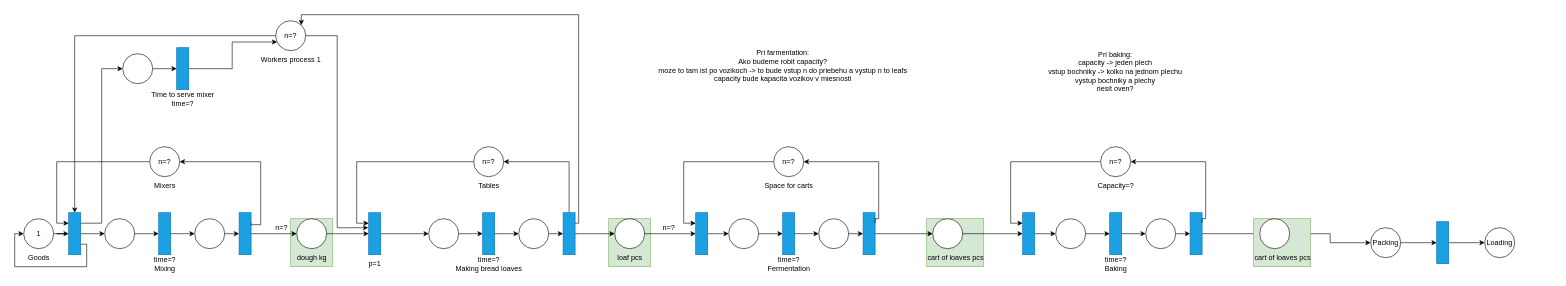
Above: model/pastry_production_model.drawio in zdeneklapes/ims-project (draw.io), before the change. Source tidied: cells renumbered, new cells numbered last; positions are measured from the earlier drawing's top-left corner, leaving out a move shared by most shapes. Both pictures are drawn from the tidied source at 60%, with x=0, y=0 at pixel (14, 14).
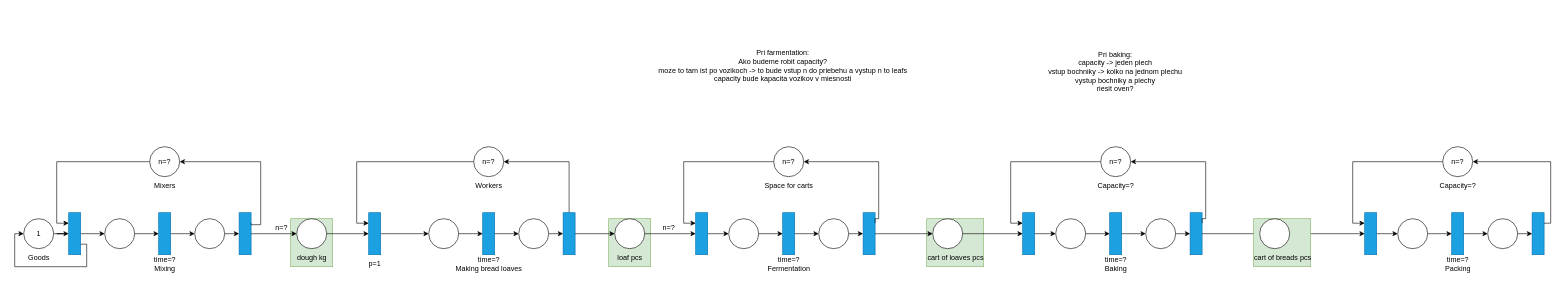
The same page after the edit.

The change refers to these unchanged cells:
```xml
<mxCell id="11" style="rounded=0;whiteSpace=wrap;html=1;fillColor=#1ba1e2;fontColor=#ffffff;strokeColor=#006EAF;" parent="10" vertex="1">
  <mxGeometry x="90" width="20" height="70" as="geometry" />
</mxCell>
<mxCell id="43" style="rounded=0;whiteSpace=wrap;html=1;fillColor=#1ba1e2;fontColor=#ffffff;strokeColor=#006EAF;" parent="41" vertex="1">
  <mxGeometry x="224" y="110" width="20" height="70" as="geometry" />
</mxCell>
<mxCell id="45" style="group;" parent="44" vertex="1">
  <mxGeometry x="70" width="70" height="80" as="geometry" />
</mxCell>
<mxCell id="83" style="group;" parent="66" vertex="1">
  <mxGeometry x="317.5" y="120" width="120" height="80" as="geometry" />
</mxCell>
<mxCell id="85" style="ellipse;whiteSpace=wrap;html=1;" parent="84" vertex="1">
  <mxGeometry x="10" width="50" height="50" as="geometry" />
</mxCell>
<mxCell id="126" style="rounded=0;whiteSpace=wrap;html=1;fillColor=#1ba1e2;fontColor=#ffffff;strokeColor=#006EAF;" parent="125" vertex="1">
  <mxGeometry x="10" width="20" height="70" as="geometry" />
</mxCell>
```

Diff of the diagram source:
```diff
@@
-    <mxCell id="2" style="edgeStyle=orthogonalEdgeStyle;rounded=0;jettySize=auto;html=1;exitX=1;exitY=0.5;exitDx=0;exitDy=0;" parent="1" edge="1" source="85" target="4">
+    <mxCell id="2" style="edgeStyle=orthogonalEdgeStyle;rounded=0;jettySize=auto;html=1;exitX=1;exitY=0.5;exitDx=0;exitDy=0;entryX=0;entryY=0.5;entryDx=0;entryDy=0;" parent="1" edge="1" source="85" target="131">
       <mxGeometry relative="1" as="geometry" />
     </mxCell>
-    <mxCell id="3" style="edgeStyle=orthogonalEdgeStyle;rounded=0;jettySize=auto;html=1;" parent="1" edge="1" source="4" target="6">
-      <mxGeometry relative="1" as="geometry" />
-    </mxCell>
-    <mxCell id="4" value="Packing" style="ellipse;whiteSpace=wrap;html=1;" parent="1" vertex="1">
-      <mxGeometry x="2260" y="355" width="50" height="50" as="geometry" />
-    </mxCell>
-    <mxCell id="5" style="edgeStyle=orthogonalEdgeStyle;rounded=0;jettySize=auto;html=1;" parent="1" edge="1" source="6" target="7">
-      <mxGeometry relative="1" as="geometry" />
-    </mxCell>
-    <mxCell id="6" style="rounded=0;whiteSpace=wrap;html=1;fillColor=#1ba1e2;fontColor=#ffffff;strokeColor=#006EAF;" parent="1" vertex="1">
-      <mxGeometry x="2370" y="345" width="20" height="70" as="geometry" />
-    </mxCell>
-    <mxCell id="7" value="Loading" style="ellipse;whiteSpace=wrap;html=1;" parent="1" vertex="1">
-      <mxGeometry x="2450" y="355" width="50" height="50" as="geometry" />
-    </mxCell>
@@
-    <mxCell id="47" value="Tables" style="text;html=1;align=center;verticalAlign=middle;strokeColor=none;fillColor=none;" parent="45" vertex="1">
-      <mxGeometry y="50" width="60" height="30" as="geometry" />
+    <mxCell id="47" value="Workers" style="text;html=1;align=center;verticalAlign=middle;strokeColor=none;fillColor=none;" parent="45" vertex="1">
+      <mxGeometry x="-5" y="50" width="70" height="30" as="geometry" />
     </mxCell>
@@
-    <mxCell id="86" value="cart of loaves pcs" style="text;html=1;align=center;verticalAlign=middle;strokeColor=none;fillColor=none;" parent="83" vertex="1">
+    <mxCell id="86" value="cart of breads pcs" style="text;html=1;align=center;verticalAlign=middle;strokeColor=none;fillColor=none;" parent="83" vertex="1">
       <mxGeometry y="50" width="120" height="30" as="geometry" />
     </mxCell>
@@
-    <mxCell id="113" style="group;" parent="1" vertex="1">
-      <mxGeometry x="400" y="10" width="120" height="80" as="geometry" />
-    </mxCell>
-    <mxCell id="114" value="n=?" style="ellipse;whiteSpace=wrap;html=1;" parent="113" vertex="1">
-      <mxGeometry x="35" width="50" height="50" as="geometry" />
-    </mxCell>
-    <mxCell id="115" value="Workers process 1" style="text;html=1;align=center;verticalAlign=middle;strokeColor=none;fillColor=none;" parent="113" vertex="1">
-      <mxGeometry y="50" width="120" height="30" as="geometry" />
-    </mxCell>
-    <mxCell id="116" style="edgeStyle=orthogonalEdgeStyle;rounded=0;jettySize=auto;html=1;exitX=0;exitY=0.5;exitDx=0;exitDy=0;" parent="1" edge="1" source="114" target="11">
-      <mxGeometry relative="1" as="geometry" />
-    </mxCell>
-    <mxCell id="117" style="edgeStyle=orthogonalEdgeStyle;rounded=0;jettySize=auto;html=1;exitX=1;exitY=0.25;exitDx=0;exitDy=0;entryX=0;entryY=0.5;entryDx=0;entryDy=0;" parent="1" edge="1" source="11" target="119">
-      <mxGeometry relative="1" as="geometry" />
-    </mxCell>
-    <mxCell id="118" style="edgeStyle=orthogonalEdgeStyle;rounded=0;jettySize=auto;html=1;exitX=1;exitY=0.5;exitDx=0;exitDy=0;" parent="1" edge="1" source="119" target="121">
-      <mxGeometry relative="1" as="geometry" />
-    </mxCell>
-    <mxCell id="119" style="ellipse;whiteSpace=wrap;html=1;" parent="1" vertex="1">
-      <mxGeometry x="180" y="65" width="50" height="50" as="geometry" />
-    </mxCell>
-    <mxCell id="120" style="group;" parent="1" vertex="1">
-      <mxGeometry x="255" y="55" width="90" height="105" as="geometry" />
-    </mxCell>
-    <mxCell id="121" style="rounded=0;whiteSpace=wrap;html=1;fillColor=#1ba1e2;fontColor=#ffffff;strokeColor=#006EAF;" parent="120" vertex="1">
-      <mxGeometry x="15" width="20" height="70" as="geometry" />
-    </mxCell>
-    <mxCell id="122" value="Time to serve mixer&lt;br&gt;time=?" style="text;html=1;align=center;verticalAlign=middle;strokeColor=none;fillColor=none;" parent="120" vertex="1">
-      <mxGeometry x="-40" y="65" width="130" height="40" as="geometry" />
-    </mxCell>
-    <mxCell id="123" style="edgeStyle=orthogonalEdgeStyle;rounded=0;jettySize=auto;html=1;exitX=1;exitY=0.5;exitDx=0;exitDy=0;entryX=0.05;entryY=0.71;entryDx=0;entryDy=0;entryPerimeter=0;" parent="1" edge="1" source="121" target="114">
-      <mxGeometry relative="1" as="geometry" />
-    </mxCell>
-    <mxCell id="124" style="edgeStyle=orthogonalEdgeStyle;rounded=0;jettySize=auto;html=1;exitX=1;exitY=0.5;exitDx=0;exitDy=0;entryX=-0.037;entryY=0.358;entryDx=0;entryDy=0;entryPerimeter=0;" parent="1" edge="1" source="114" target="126">
-      <mxGeometry relative="1" as="geometry" />
-    </mxCell>
@@
-    <mxCell id="128" style="edgeStyle=orthogonalEdgeStyle;rounded=0;jettySize=auto;html=1;exitX=1;exitY=0.25;exitDx=0;exitDy=0;entryX=1;entryY=0;entryDx=0;entryDy=0;" parent="1" edge="1" source="43" target="114">
-      <mxGeometry relative="1" as="geometry">
-        <Array as="points">
-          <mxPoint x="940" y="347" />
-          <mxPoint x="940" />
-          <mxPoint x="478" />
-        </Array>
-      </mxGeometry>
-    </mxCell>
@@
+    <mxCell id="130" style="edgeStyle=orthogonalEdgeStyle;rounded=0;jettySize=auto;html=1;exitX=1;exitY=0.5;exitDx=0;exitDy=0;entryX=0;entryY=0.5;entryDx=0;entryDy=0;" parent="1" edge="1" source="131" target="138">
+      <mxGeometry relative="1" as="geometry" />
+    </mxCell>
+    <mxCell id="131" style="rounded=0;whiteSpace=wrap;html=1;fillColor=#1ba1e2;fontColor=#ffffff;strokeColor=#006EAF;" parent="1" vertex="1">
+      <mxGeometry x="2250" y="330" width="20" height="70" as="geometry" />
+    </mxCell>
+    <mxCell id="132" style="edgeStyle=orthogonalEdgeStyle;rounded=0;jettySize=auto;html=1;entryX=0;entryY=0.25;entryDx=0;entryDy=0;" parent="1" edge="1" source="114" target="131">
+      <mxGeometry relative="1" as="geometry" />
+    </mxCell>
+    <mxCell id="133" style="group;" parent="1" vertex="1">
+      <mxGeometry x="2305" y="220" width="244" height="215" as="geometry" />
+    </mxCell>
+    <mxCell id="134" style="rounded=0;whiteSpace=wrap;html=1;fillColor=#1ba1e2;fontColor=#ffffff;strokeColor=#006EAF;" parent="133" vertex="1">
+      <mxGeometry x="224" y="110" width="20" height="70" as="geometry" />
+    </mxCell>
+    <mxCell id="135" style="group;" parent="133" vertex="1">
+      <mxGeometry width="200" height="215" as="geometry" />
+    </mxCell>
+    <mxCell id="136" style="group;" parent="135" vertex="1">
+      <mxGeometry x="70" width="70" height="80" as="geometry" />
+    </mxCell>
+    <mxCell id="114" value="n=?" style="ellipse;whiteSpace=wrap;html=1;" parent="136" vertex="1">
+      <mxGeometry x="5" width="50" height="50" as="geometry" />
+    </mxCell>
+    <mxCell id="137" value="Capacity=?" style="text;html=1;align=center;verticalAlign=middle;strokeColor=none;fillColor=none;" parent="136" vertex="1">
+      <mxGeometry x="-10" y="50" width="80" height="30" as="geometry" />
+    </mxCell>
+    <mxCell id="138" style="ellipse;whiteSpace=wrap;html=1;" parent="135" vertex="1">
+      <mxGeometry y="120" width="50" height="50" as="geometry" />
+    </mxCell>
+    <mxCell id="139" style="group;" parent="135" vertex="1">
+      <mxGeometry x="70" y="110" width="95" height="105" as="geometry" />
+    </mxCell>
+    <mxCell id="140" style="rounded=0;whiteSpace=wrap;html=1;fillColor=#1ba1e2;fontColor=#ffffff;strokeColor=#006EAF;" parent="139" vertex="1">
+      <mxGeometry x="20" width="20" height="70" as="geometry" />
+    </mxCell>
+    <mxCell id="141" value="time=?&lt;br&gt;Packing" style="text;html=1;align=center;verticalAlign=middle;strokeColor=none;fillColor=none;" parent="139" vertex="1">
+      <mxGeometry x="-5" y="65" width="70" height="40" as="geometry" />
+    </mxCell>
+    <mxCell id="142" style="edgeStyle=orthogonalEdgeStyle;rounded=0;jettySize=auto;html=1;" parent="135" edge="1" source="138" target="140">
+      <mxGeometry relative="1" as="geometry" />
+    </mxCell>
+    <mxCell id="143" style="edgeStyle=orthogonalEdgeStyle;rounded=0;jettySize=auto;html=1;exitX=1;exitY=0.5;exitDx=0;exitDy=0;" parent="135" edge="1" source="140" target="144">
+      <mxGeometry relative="1" as="geometry" />
+    </mxCell>
+    <mxCell id="144" style="ellipse;whiteSpace=wrap;html=1;" parent="135" vertex="1">
+      <mxGeometry x="150" y="120" width="50" height="50" as="geometry" />
+    </mxCell>
+    <mxCell id="145" style="edgeStyle=orthogonalEdgeStyle;rounded=0;jettySize=auto;html=1;exitX=1;exitY=0.5;exitDx=0;exitDy=0;entryX=0;entryY=0.5;entryDx=0;entryDy=0;" parent="133" edge="1" source="144" target="134">
+      <mxGeometry relative="1" as="geometry" />
+    </mxCell>
+    <mxCell id="146" style="edgeStyle=orthogonalEdgeStyle;rounded=0;jettySize=auto;html=1;exitX=1;exitY=0.25;exitDx=0;exitDy=0;entryX=1;entryY=0.5;entryDx=0;entryDy=0;" parent="133" edge="1" source="134" target="114">
+      <mxGeometry relative="1" as="geometry">
+        <Array as="points">
+          <mxPoint x="255" y="128" />
+          <mxPoint x="255" y="25" />
+        </Array>
+      </mxGeometry>
+    </mxCell>
```
